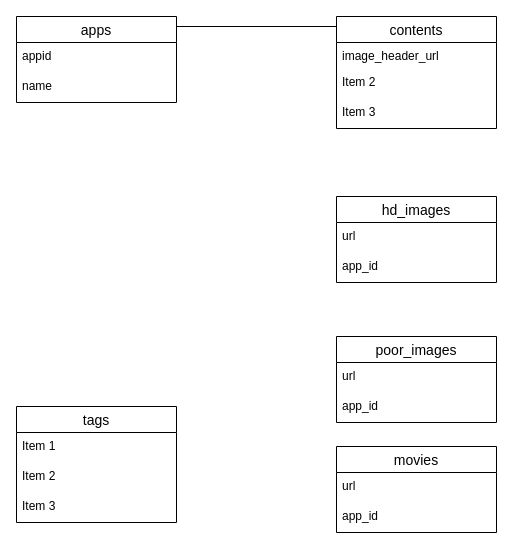
Above: steam-app.dio in kzk00001/steam-app (draw.io), before the change. Source tidied: cells renumbered, new cells numbered last; positions are measured from the earlier drawing's top-left corner, leaving out a move shared by most shapes. Both pictures are drawn from the tidied source at 100%, with x=0, y=0 at pixel (16, 16).
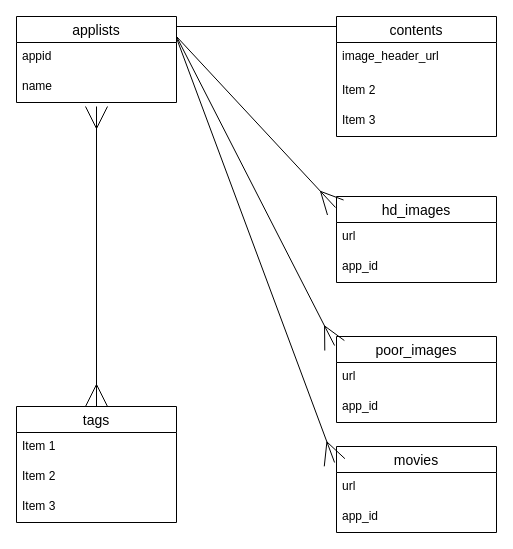
The same diagram, later.

Unchanged cells that the change refers to:
```xml
<mxCell id="5" value="tags" style="swimlane;fontStyle=0;horizontal=1;startSize=26;align=center;fontSize=14;" parent="1" vertex="1">
  <mxGeometry y="390" width="160" height="116" as="geometry" />
</mxCell>
<mxCell id="13" value="hd_images" style="swimlane;fontStyle=0;horizontal=1;startSize=26;align=center;fontSize=14;" parent="1" vertex="1">
  <mxGeometry x="320" y="180" width="160" height="86" as="geometry" />
</mxCell>
<mxCell id="16" value="poor_images" style="swimlane;fontStyle=0;horizontal=1;startSize=26;align=center;fontSize=14;" parent="1" vertex="1">
  <mxGeometry x="320" y="320" width="160" height="86" as="geometry" />
</mxCell>
<mxCell id="20" value="movies" style="swimlane;fontStyle=0;horizontal=1;startSize=26;align=center;fontSize=14;" parent="1" vertex="1">
  <mxGeometry x="320" y="430" width="160" height="86" as="geometry" />
</mxCell>
```

The edit, as a diff of the source:
```diff
@@
-    <mxCell id="2" value="apps" style="swimlane;fontStyle=0;horizontal=1;startSize=26;align=center;fontSize=14;" parent="1" vertex="1">
+    <mxCell id="2" value="applists" style="swimlane;fontStyle=0;horizontal=1;startSize=26;align=center;fontSize=14;" parent="1" vertex="1">
       <mxGeometry width="160" height="86" as="geometry" />
     </mxCell>
@@
     <mxCell id="9" value="contents" style="swimlane;fontStyle=0;horizontal=1;startSize=26;align=center;fontSize=14;" parent="1" vertex="1">
-      <mxGeometry x="320" width="160" height="112" as="geometry" />
+      <mxGeometry x="320" width="160" height="120" as="geometry" />
     </mxCell>
     <mxCell id="10" value="image_header_url" style="text;strokeColor=none;fillColor=none;spacingLeft=4;spacingRight=4;overflow=hidden;fontSize=12;" parent="9" vertex="1">
-      <mxGeometry y="26" width="160" height="26" as="geometry" />
+      <mxGeometry y="26" width="160" height="34" as="geometry" />
     </mxCell>
     <mxCell id="11" value="Item 2" style="text;strokeColor=none;fillColor=none;spacingLeft=4;spacingRight=4;overflow=hidden;fontSize=12;" parent="9" vertex="1">
-      <mxGeometry y="52" width="160" height="30" as="geometry" />
+      <mxGeometry y="60" width="160" height="30" as="geometry" />
     </mxCell>
     <mxCell id="12" value="Item 3" style="text;strokeColor=none;fillColor=none;spacingLeft=4;spacingRight=4;overflow=hidden;fontSize=12;" parent="9" vertex="1">
-      <mxGeometry y="82" width="160" height="30" as="geometry" />
+      <mxGeometry y="90" width="160" height="30" as="geometry" />
     </mxCell>
@@
+    <mxCell id="23" style="endArrow=ERmany;html=1;exitX=0.5;exitY=0;exitDx=0;exitDy=0;endFill=0;endSize=20;startArrow=ERmany;startFill=0;targetPerimeterSpacing=0;startSize=20;" parent="1" edge="1" source="5">
+      <mxGeometry relative="1" as="geometry">
+        <mxPoint x="80" y="90" as="targetPoint" />
+      </mxGeometry>
+    </mxCell>
+    <mxCell id="24" style="endArrow=ERmany;html=1;rounded=0;entryX=-0.006;entryY=0.128;entryDx=0;entryDy=0;entryPerimeter=0;endFill=0;endSize=20;" parent="1" edge="1" target="13">
+      <mxGeometry relative="1" as="geometry">
+        <mxPoint x="160" y="20" as="sourcePoint" />
+      </mxGeometry>
+    </mxCell>
+    <mxCell id="25" style="endArrow=ERmany;html=1;rounded=0;entryX=-0.012;entryY=0.105;entryDx=0;entryDy=0;entryPerimeter=0;endFill=0;jumpSize=20;endSize=20;" parent="1" edge="1" target="16">
+      <mxGeometry relative="1" as="geometry">
+        <mxPoint x="160" y="20" as="sourcePoint" />
+      </mxGeometry>
+    </mxCell>
+    <mxCell id="26" style="endArrow=ERmany;html=1;rounded=0;entryX=-0.012;entryY=0.186;entryDx=0;entryDy=0;entryPerimeter=0;exitX=1;exitY=0.25;exitDx=0;exitDy=0;endFill=0;endSize=20;" parent="1" edge="1" source="2" target="20">
+      <mxGeometry relative="1" as="geometry" />
+    </mxCell>
```
